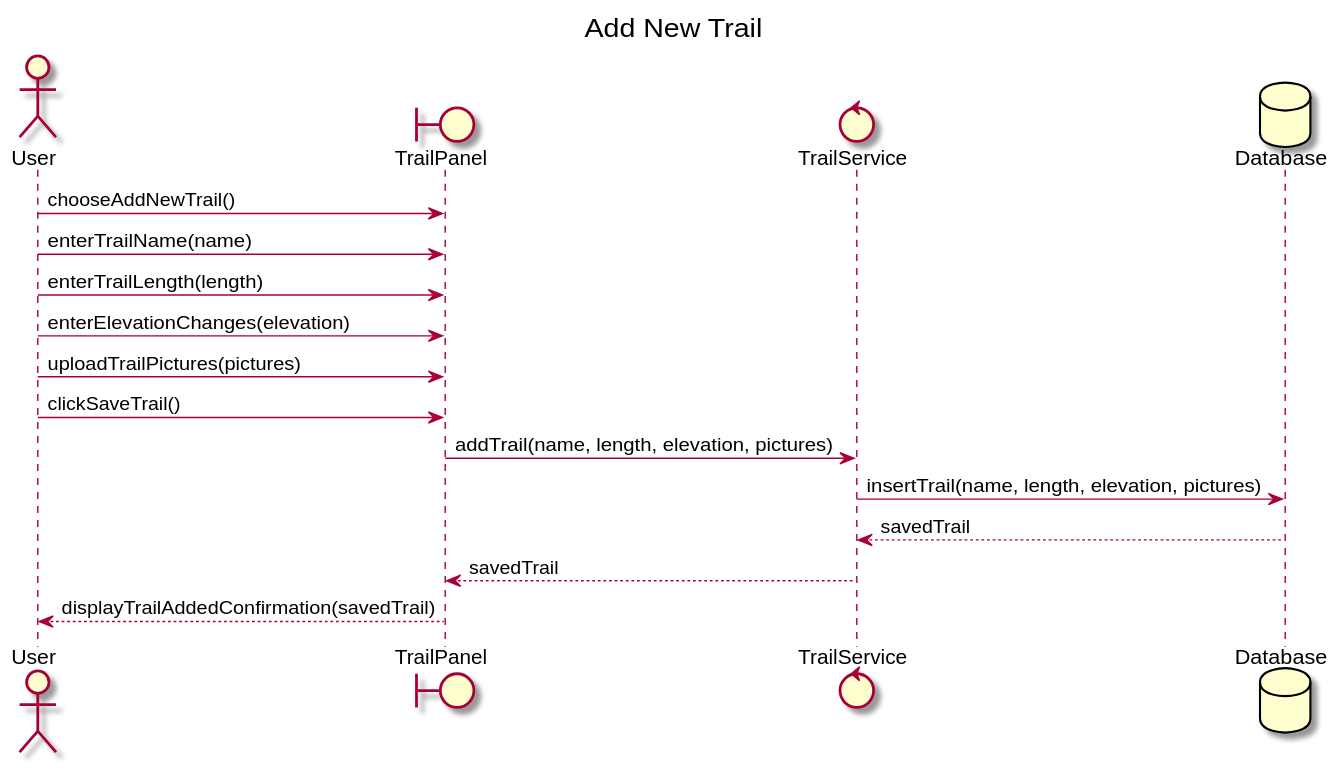
Earlier version of the PlantUML export uml-diagrams/svg/sequence/addTrail.svg (milelime/Wildlife-Explorer). Source of this version:
```plantuml
@startuml
title Add New Trail

actor User
boundary TrailPanel
control TrailService
database Database

User -> TrailPanel : chooseAddNewTrail()

User -> TrailPanel : enterTrailName(name)
User -> TrailPanel : enterTrailLength(length)
User -> TrailPanel : enterElevationChanges(elevation)
User -> TrailPanel : uploadTrailPictures(pictures)
User -> TrailPanel : clickSaveTrail()

TrailPanel -> TrailService : addTrail(name, length, elevation, pictures)
TrailService -> Database : insertTrail(name, length, elevation, pictures)
Database --> TrailService : savedTrail
TrailService --> TrailPanel : savedTrail

TrailPanel --> User : displayTrailAddedConfirmation(savedTrail)

@enduml
```
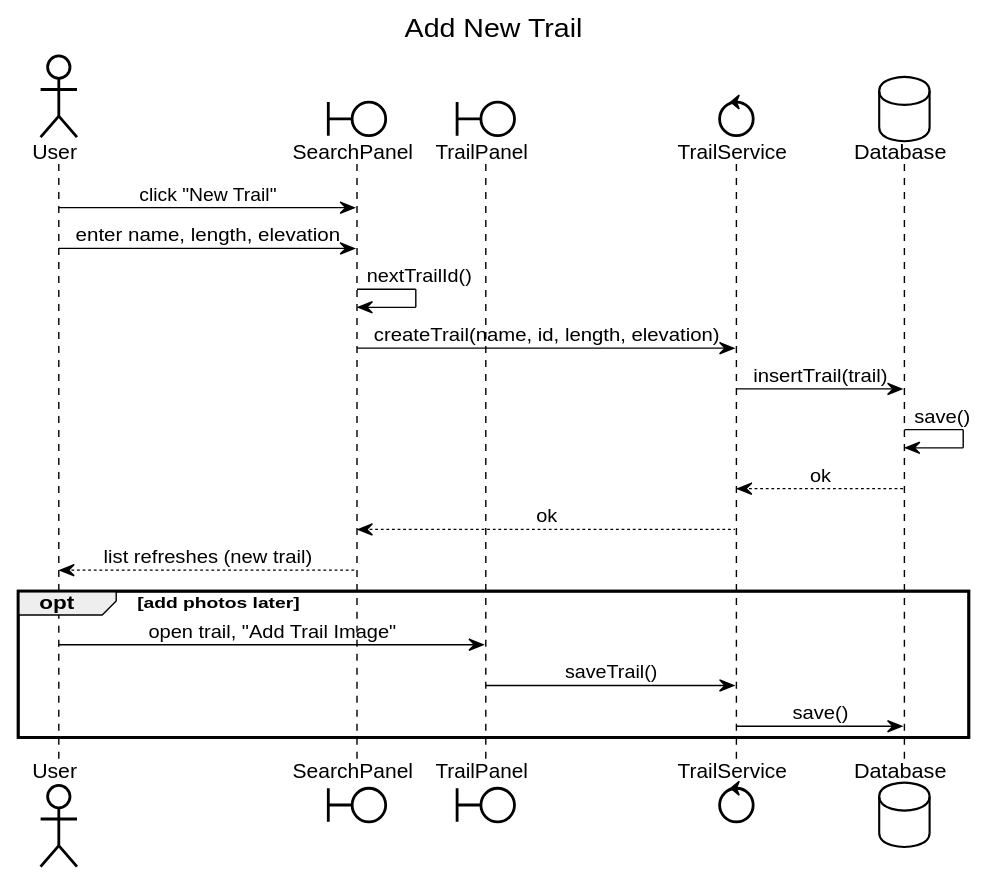
Later version of the same file.

Change to the diagram source:
```diff
@@ -1,24 +1,98 @@
 @startuml
+
+skinparam BackgroundColor white
+skinparam shadowing false
+skinparam defaultFontName SansSerif
+skinparam ArrowColor black
+skinparam ArrowThickness 1
+
+skinparam classAttributeIconSize 0
+skinparam class {
+  BackgroundColor white
+  BorderColor black
+  FontColor black
+}
+skinparam package {
+  BackgroundColor white
+  BorderColor black
+  FontColor black
+}
+skinparam stereotype {
+  BackgroundColor white
+  FontColor black
+}
+
+skinparam sequenceMessageAlign center
+skinparam LifeLineBorderColor black
+skinparam LifeLineBackgroundColor white
+skinparam sequence {
+  ArrowColor black
+  LifeLineBorderColor black
+}
+skinparam participant {
+  BackgroundColor white
+  BorderColor black
+  FontColor black
+}
+skinparam actor {
+  BackgroundColor white
+  BorderColor black
+  FontColor black
+}
+skinparam boundary {
+  BackgroundColor white
+  BorderColor black
+  FontColor black
+}
+skinparam control {
+  BackgroundColor white
+  BorderColor black
+  FontColor black
+}
+skinparam database {
+  BackgroundColor white
+  BorderColor black
+  FontColor black
+}
+skinparam entity {
+  BackgroundColor white
+  BorderColor black
+  FontColor black
+}
+skinparam collections {
+  BackgroundColor white
+  BorderColor black
+  FontColor black
+}
+skinparam note {
+  BackgroundColor white
+  BorderColor black
+  FontColor black
+}
+
 title Add New Trail
 
 actor User
+boundary SearchPanel
 boundary TrailPanel
 control TrailService
 database Database
 
-User -> TrailPanel : chooseAddNewTrail()
+User -> SearchPanel : click "New Trail"
+User -> SearchPanel : enter name, length, elevation
+SearchPanel -> SearchPanel : nextTrailId()
+SearchPanel -> TrailService : createTrail(name, id, length, elevation)
+TrailService -> Database : insertTrail(trail)
+Database -> Database : save()
+Database --> TrailService : ok
+TrailService --> SearchPanel : ok
 
-User -> TrailPanel : enterTrailName(name)
-User -> TrailPanel : enterTrailLength(length)
-User -> TrailPanel : enterElevationChanges(elevation)
-User -> TrailPanel : uploadTrailPictures(pictures)
-User -> TrailPanel : clickSaveTrail()
+SearchPanel --> User : list refreshes (new trail)
 
-TrailPanel -> TrailService : addTrail(name, length, elevation, pictures)
-TrailService -> Database : insertTrail(name, length, elevation, pictures)
-Database --> TrailService : savedTrail
-TrailService --> TrailPanel : savedTrail
-
-TrailPanel --> User : displayTrailAddedConfirmation(savedTrail)
+opt add photos later
+  User -> TrailPanel : open trail, "Add Trail Image"
+  TrailPanel -> TrailService : saveTrail()
+  TrailService -> Database : save()
+end
 
 @enduml
```
